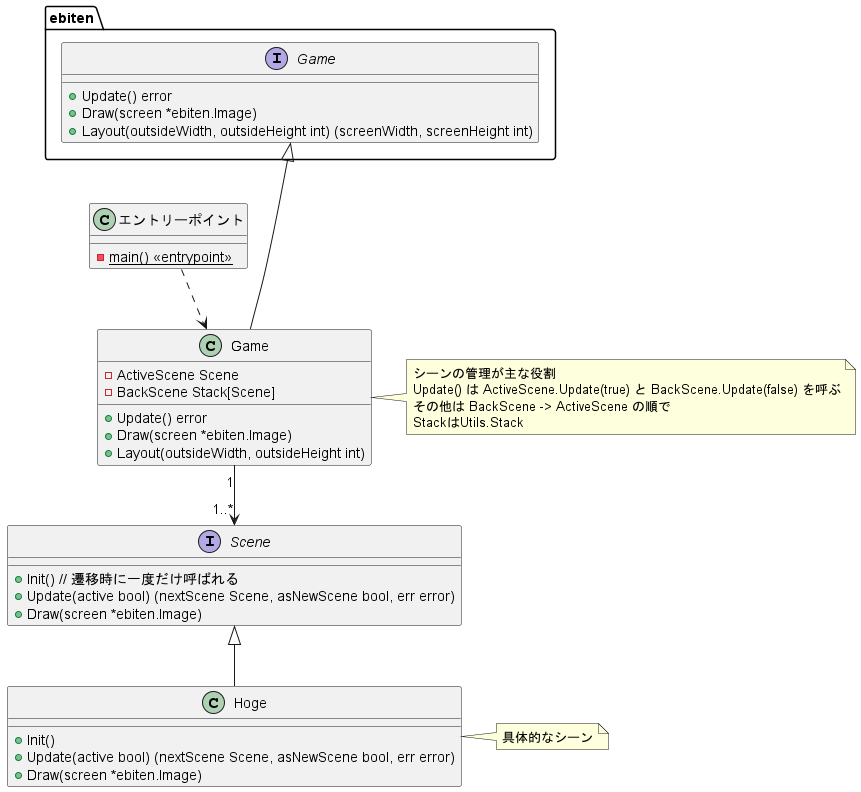
Before: Docs/game_class_diagram.png, a diagram exported from PlantUML (kmc-jp/Gamedev_Tempura-of-p--Phenylazo-phenol).
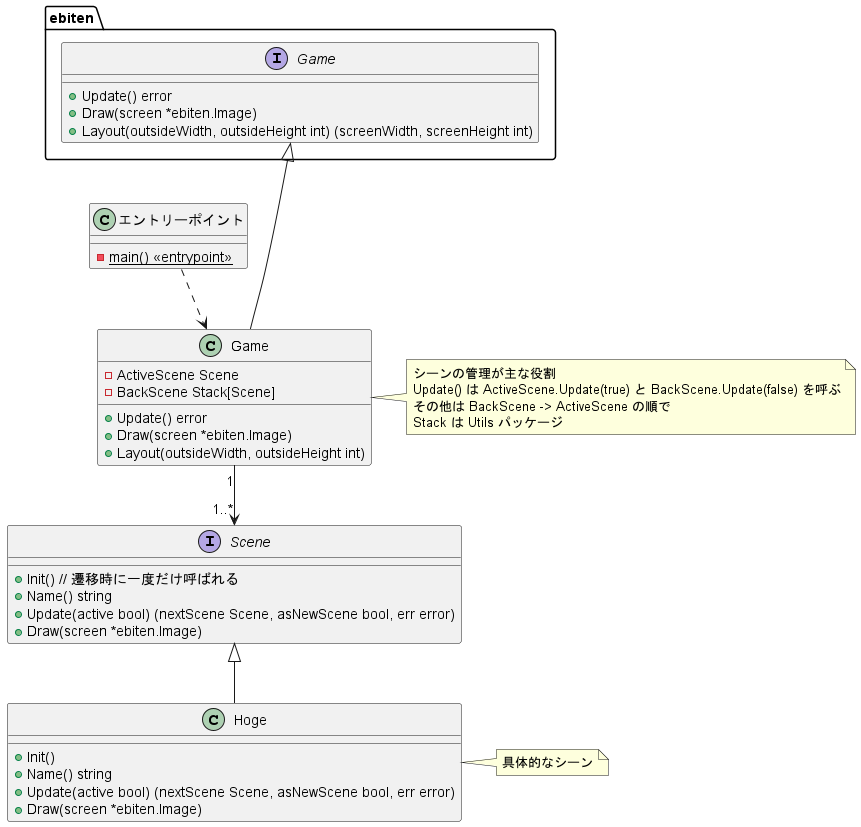
The same file after the commit.

Commit message:
Scene interface に Name() を追加

What changed in the source:
```diff
@@ -19,10 +19,11 @@
     + Draw(screen *ebiten.Image)
     + Layout(outsideWidth, outsideHeight int)
 }
-note right of Game : シーンの管理が主な役割\nUpdate() は ActiveScene.Update(true) と BackScene.Update(false) を呼ぶ\nその他は BackScene -> ActiveScene の順で\nStackはUtils.Stack
+note right of Game : シーンの管理が主な役割\nUpdate() は ActiveScene.Update(true) と BackScene.Update(false) を呼ぶ\nその他は BackScene -> ActiveScene の順で\nStack は Utils パッケージ
 
 interface Scene {
     + Init() // 遷移時に一度だけ呼ばれる
+    + Name() string
     + Update(active bool) (nextScene Scene, asNewScene bool, err error)
     + Draw(screen *ebiten.Image)
 }
@@ -34,6 +35,7 @@
 
 class Hoge {
     + Init()
+    + Name() string
     + Update(active bool) (nextScene Scene, asNewScene bool, err error)
     + Draw(screen *ebiten.Image)
 }
```
